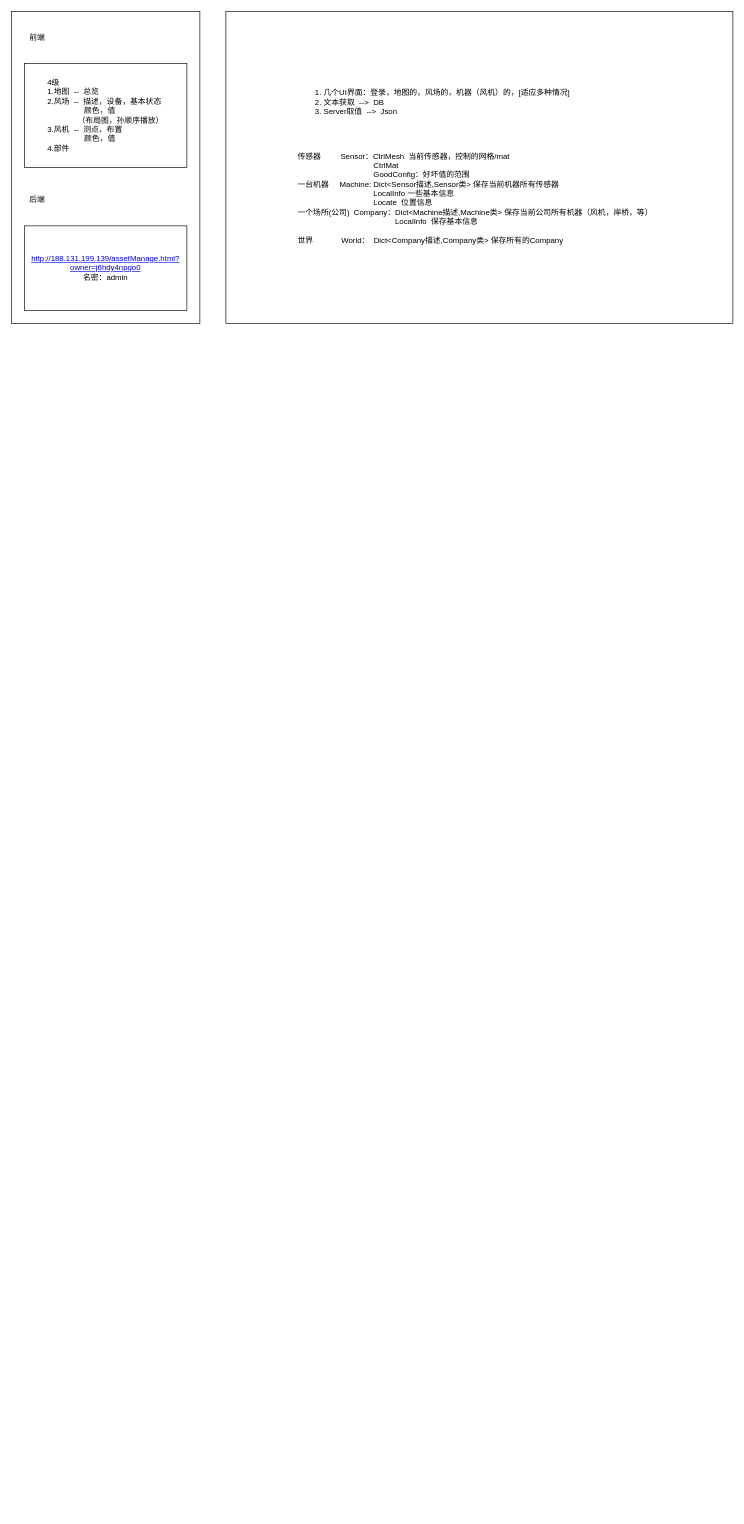
Above: 风电传感器.drawio in 15140252710/OneGithubProject (draw.io), before the change. Source tidied: cells renumbered, new cells numbered last; positions are measured from the earlier drawing's top-left corner, leaving out a move shared by most shapes. Both pictures are drawn from the tidied source at 65%, with x=0, y=0 at pixel (11, 11).
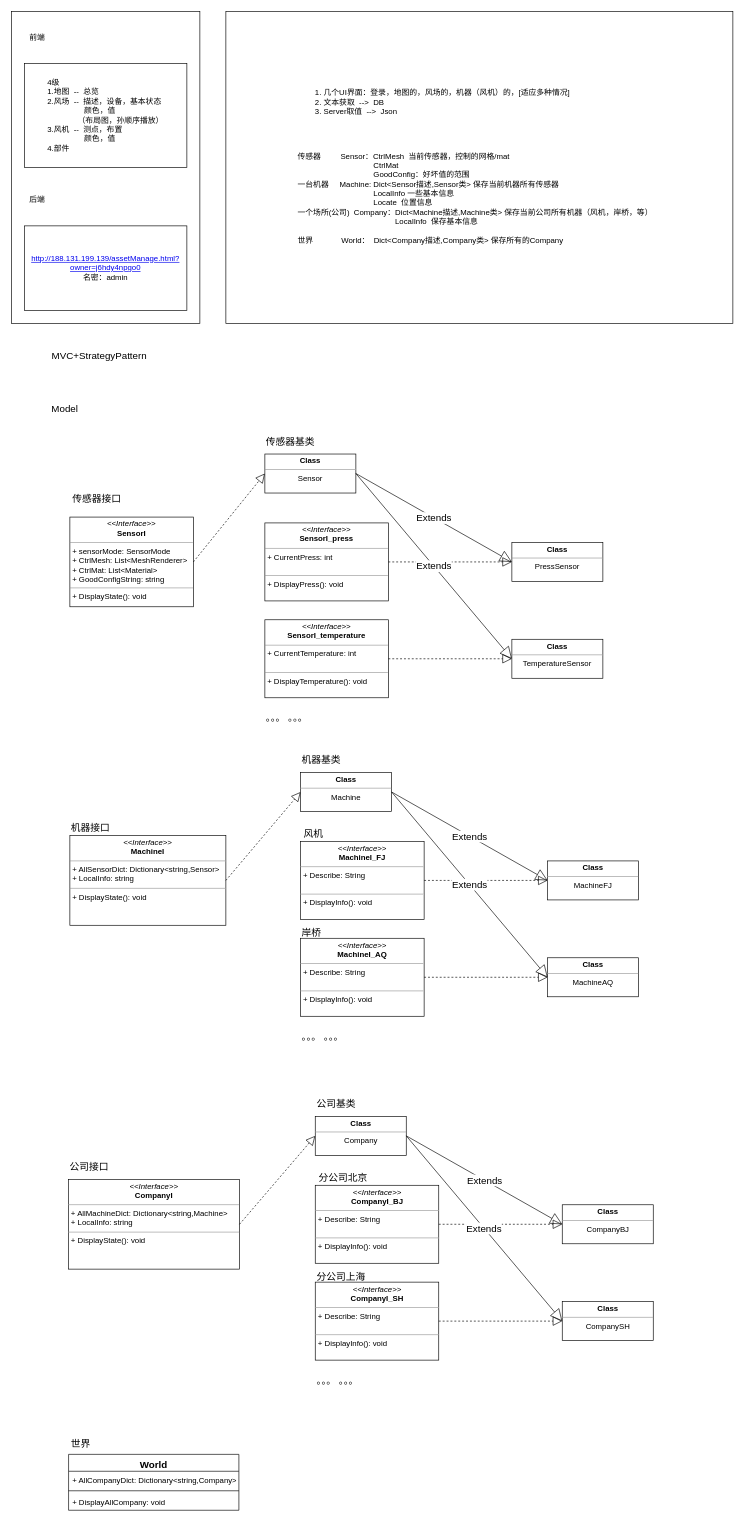
The same diagram, later.

Commit message:
更新风电传感器.drawio

Diff of the diagram source:
```diff
@@
+    <mxCell id="8" value="MVC+StrategyPattern" style="text;html=1;strokeColor=none;fillColor=none;align=center;verticalAlign=middle;whiteSpace=wrap;rounded=0;fontSize=15;" parent="1" vertex="1">
+      <mxGeometry x="60" y="516" width="151" height="28" as="geometry" />
+    </mxCell>
+    <mxCell id="9" value="Model" style="text;html=1;align=left;verticalAlign=top;spacingTop=-4;fontSize=15;" parent="1" vertex="1">
+      <mxGeometry x="60" y="600" width="60" height="20" as="geometry" />
+    </mxCell>
+    <mxCell id="10" value="&lt;p style=&quot;margin: 0px ; margin-top: 4px ; text-align: center&quot;&gt;&lt;i&gt;&amp;lt;&amp;lt;Interface&amp;gt;&amp;gt;&lt;/i&gt;&lt;br&gt;&lt;b&gt;SensorI&lt;/b&gt;&lt;/p&gt;&lt;hr size=&quot;1&quot;&gt;&lt;p style=&quot;margin: 0px ; margin-left: 4px&quot;&gt;+ sensorMode: SensorMode&lt;br&gt;+ CtrlMesh: List&amp;lt;MeshRenderer&amp;gt;&lt;/p&gt;&lt;p style=&quot;margin: 0px ; margin-left: 4px&quot;&gt;+ CtrlMat:&amp;nbsp;List&amp;lt;Material&amp;gt;&lt;/p&gt;&lt;p style=&quot;margin: 0px ; margin-left: 4px&quot;&gt;+&amp;nbsp;GoodConfigString: string&lt;/p&gt;&lt;hr size=&quot;1&quot;&gt;&lt;p style=&quot;margin: 0px ; margin-left: 4px&quot;&gt;+ DisplayState(): void&lt;br&gt;&lt;br&gt;&lt;/p&gt;" style="verticalAlign=top;align=left;overflow=fill;fontSize=12;fontFamily=Helvetica;html=1;" parent="1" vertex="1">
+      <mxGeometry x="90" y="778" width="190" height="138" as="geometry" />
+    </mxCell>
+    <mxCell id="11" value="&lt;p style=&quot;margin: 0px ; margin-top: 4px ; text-align: center&quot;&gt;&lt;i&gt;&amp;lt;&amp;lt;Interface&amp;gt;&amp;gt;&lt;/i&gt;&lt;br&gt;&lt;b&gt;SensorI_press&lt;/b&gt;&lt;/p&gt;&lt;hr size=&quot;1&quot;&gt;&lt;p style=&quot;margin: 0px ; margin-left: 4px&quot;&gt;+ CurrentPress: int&lt;br&gt;&lt;br&gt;&lt;/p&gt;&lt;hr size=&quot;1&quot;&gt;&lt;p style=&quot;margin: 0px ; margin-left: 4px&quot;&gt;+ DisplayPress(): void&lt;br&gt;&lt;br&gt;&lt;/p&gt;" style="verticalAlign=top;align=left;overflow=fill;fontSize=12;fontFamily=Helvetica;html=1;" parent="1" vertex="1">
+      <mxGeometry x="390" y="787" width="190" height="120" as="geometry" />
+    </mxCell>
+    <mxCell id="12" value="&lt;p style=&quot;margin: 0px ; margin-top: 4px ; text-align: center&quot;&gt;&lt;i&gt;&amp;lt;&amp;lt;Interface&amp;gt;&amp;gt;&lt;/i&gt;&lt;br&gt;&lt;b&gt;SensorI_temperature&lt;/b&gt;&lt;br&gt;&lt;/p&gt;&lt;hr size=&quot;1&quot;&gt;&lt;p style=&quot;margin: 0px ; margin-left: 4px&quot;&gt;+ CurrentTemperature: int&lt;br&gt;&lt;br&gt;&lt;/p&gt;&lt;hr size=&quot;1&quot;&gt;&lt;p style=&quot;margin: 0px ; margin-left: 4px&quot;&gt;+ DisplayTemperature(): void&lt;br&gt;&lt;br&gt;&lt;/p&gt;" style="verticalAlign=top;align=left;overflow=fill;fontSize=12;fontFamily=Helvetica;html=1;" parent="1" vertex="1">
+      <mxGeometry x="390" y="936" width="190" height="120" as="geometry" />
+    </mxCell>
+    <mxCell id="13" value="&lt;div style=&quot;text-align: right&quot;&gt;&lt;span&gt;。。。 。。。&lt;/span&gt;&lt;br&gt;&lt;/div&gt;" style="text;html=1;align=left;verticalAlign=top;spacingTop=-4;fontSize=15;" parent="1" vertex="1">
+      <mxGeometry x="390" y="1076" width="110" height="20" as="geometry" />
+    </mxCell>
+    <mxCell id="14" value="&lt;p style=&quot;margin: 0px ; margin-top: 4px ; text-align: center&quot;&gt;&lt;b&gt;Class&lt;/b&gt;&lt;/p&gt;&lt;hr size=&quot;1&quot;&gt;&lt;div style=&quot;text-align: center ; height: 2px&quot;&gt;PressSensor&lt;/div&gt;" style="verticalAlign=top;align=left;overflow=fill;fontSize=12;fontFamily=Helvetica;html=1;" parent="1" vertex="1">
+      <mxGeometry x="770" y="817" width="140" height="60" as="geometry" />
+    </mxCell>
+    <mxCell id="15" style="endArrow=block;dashed=1;endFill=0;endSize=12;html=1;fontSize=15;exitX=1;exitY=0.5;exitDx=0;exitDy=0;entryX=0;entryY=0.5;entryDx=0;entryDy=0;" parent="1" edge="1" source="11" target="14">
+      <mxGeometry relative="1" as="geometry" />
+    </mxCell>
+    <mxCell id="16" value="&lt;p style=&quot;margin: 0px ; margin-top: 4px ; text-align: center&quot;&gt;&lt;b&gt;Class&lt;/b&gt;&lt;/p&gt;&lt;hr size=&quot;1&quot;&gt;&lt;div style=&quot;text-align: center ; height: 2px&quot;&gt;Sensor&lt;/div&gt;" style="verticalAlign=top;align=left;overflow=fill;fontSize=12;fontFamily=Helvetica;html=1;" parent="1" vertex="1">
+      <mxGeometry x="390" y="681" width="140" height="60" as="geometry" />
+    </mxCell>
+    <mxCell id="17" style="endArrow=block;dashed=1;endFill=0;endSize=12;html=1;fontSize=15;exitX=1;exitY=0.5;exitDx=0;exitDy=0;entryX=0;entryY=0.5;entryDx=0;entryDy=0;" parent="1" edge="1" source="10" target="16">
+      <mxGeometry relative="1" as="geometry" />
+    </mxCell>
+    <mxCell id="18" value="传感器基类" style="text;html=1;align=left;verticalAlign=top;spacingTop=-4;fontSize=15;" parent="1" vertex="1">
+      <mxGeometry x="390" y="650" width="90" height="20" as="geometry" />
+    </mxCell>
+    <mxCell id="19" value="Extends" style="endArrow=block;endSize=16;endFill=0;html=1;fontSize=15;exitX=1;exitY=0.5;exitDx=0;exitDy=0;entryX=0;entryY=0.5;entryDx=0;entryDy=0;" parent="1" edge="1" source="16" target="14">
+      <mxGeometry relative="1" as="geometry" />
+    </mxCell>
+    <mxCell id="20" value="&lt;p style=&quot;margin: 0px ; margin-top: 4px ; text-align: center&quot;&gt;&lt;b&gt;Class&lt;/b&gt;&lt;/p&gt;&lt;hr size=&quot;1&quot;&gt;&lt;div style=&quot;text-align: center ; height: 2px&quot;&gt;TemperatureSensor&lt;/div&gt;" style="verticalAlign=top;align=left;overflow=fill;fontSize=12;fontFamily=Helvetica;html=1;" parent="1" vertex="1">
+      <mxGeometry x="770" y="966" width="140" height="60" as="geometry" />
+    </mxCell>
+    <mxCell id="21" value="Extends" style="endArrow=block;endSize=16;endFill=0;html=1;fontSize=15;exitX=1;exitY=0.5;exitDx=0;exitDy=0;entryX=0;entryY=0.5;entryDx=0;entryDy=0;" parent="1" edge="1" source="16" target="20">
+      <mxGeometry relative="1" as="geometry" />
+    </mxCell>
+    <mxCell id="22" style="endArrow=block;dashed=1;endFill=0;endSize=12;html=1;fontSize=15;exitX=1;exitY=0.5;exitDx=0;exitDy=0;entryX=0;entryY=0.5;entryDx=0;entryDy=0;" parent="1" edge="1" source="12" target="20">
+      <mxGeometry relative="1" as="geometry" />
+    </mxCell>
+    <mxCell id="23" value="&lt;p style=&quot;margin: 0px ; margin-top: 4px ; text-align: center&quot;&gt;&lt;i&gt;&amp;lt;&amp;lt;Interface&amp;gt;&amp;gt;&lt;/i&gt;&lt;br&gt;&lt;b&gt;MachineI&lt;/b&gt;&lt;/p&gt;&lt;hr size=&quot;1&quot;&gt;&lt;p style=&quot;margin: 0px ; margin-left: 4px&quot;&gt;&lt;span&gt;+ AllSensorDict:&amp;nbsp;Dictionary&amp;lt;string,Sensor&amp;gt;&lt;/span&gt;&lt;br&gt;&lt;/p&gt;&lt;p style=&quot;margin: 0px ; margin-left: 4px&quot;&gt;+&amp;nbsp;LocalInfo: string&lt;/p&gt;&lt;hr size=&quot;1&quot;&gt;&lt;p style=&quot;margin: 0px ; margin-left: 4px&quot;&gt;+ DisplayState(): void&lt;br&gt;&lt;br&gt;&lt;/p&gt;" style="verticalAlign=top;align=left;overflow=fill;fontSize=12;fontFamily=Helvetica;html=1;" parent="1" vertex="1">
+      <mxGeometry x="90" y="1268" width="240" height="138" as="geometry" />
+    </mxCell>
+    <mxCell id="24" value="&lt;p style=&quot;margin: 0px ; margin-top: 4px ; text-align: center&quot;&gt;&lt;i&gt;&amp;lt;&amp;lt;Interface&amp;gt;&amp;gt;&lt;/i&gt;&lt;br&gt;&lt;b&gt;MachineI_FJ&lt;/b&gt;&lt;/p&gt;&lt;hr size=&quot;1&quot;&gt;&lt;p style=&quot;margin: 0px ; margin-left: 4px&quot;&gt;+ Describe: String&lt;br&gt;&lt;br&gt;&lt;/p&gt;&lt;hr size=&quot;1&quot;&gt;&lt;p style=&quot;margin: 0px ; margin-left: 4px&quot;&gt;+ DisplayInfo(): void&lt;br&gt;&lt;br&gt;&lt;/p&gt;" style="verticalAlign=top;align=left;overflow=fill;fontSize=12;fontFamily=Helvetica;html=1;" parent="1" vertex="1">
+      <mxGeometry x="445" y="1277" width="190" height="120" as="geometry" />
+    </mxCell>
+    <mxCell id="25" value="&lt;p style=&quot;margin: 0px ; margin-top: 4px ; text-align: center&quot;&gt;&lt;i&gt;&amp;lt;&amp;lt;Interface&amp;gt;&amp;gt;&lt;/i&gt;&lt;br&gt;&lt;b&gt;MachineI_AQ&lt;/b&gt;&lt;br&gt;&lt;/p&gt;&lt;hr size=&quot;1&quot;&gt;&lt;p style=&quot;margin: 0px ; margin-left: 4px&quot;&gt;+ Describe: String&lt;br&gt;&lt;br&gt;&lt;/p&gt;&lt;hr size=&quot;1&quot;&gt;&lt;p style=&quot;margin: 0px ; margin-left: 4px&quot;&gt;+ DisplayInfo(): void&lt;br&gt;&lt;br&gt;&lt;/p&gt;" style="verticalAlign=top;align=left;overflow=fill;fontSize=12;fontFamily=Helvetica;html=1;" parent="1" vertex="1">
+      <mxGeometry x="445" y="1426" width="190" height="120" as="geometry" />
+    </mxCell>
+    <mxCell id="26" value="&lt;div style=&quot;text-align: right&quot;&gt;&lt;span&gt;。。。 。。。&lt;/span&gt;&lt;br&gt;&lt;/div&gt;" style="text;html=1;align=left;verticalAlign=top;spacingTop=-4;fontSize=15;" parent="1" vertex="1">
+      <mxGeometry x="445" y="1566" width="110" height="20" as="geometry" />
+    </mxCell>
+    <mxCell id="27" value="&lt;p style=&quot;margin: 0px ; margin-top: 4px ; text-align: center&quot;&gt;&lt;b&gt;Class&lt;/b&gt;&lt;/p&gt;&lt;hr size=&quot;1&quot;&gt;&lt;div style=&quot;text-align: center ; height: 2px&quot;&gt;MachineFJ&lt;/div&gt;" style="verticalAlign=top;align=left;overflow=fill;fontSize=12;fontFamily=Helvetica;html=1;" parent="1" vertex="1">
+      <mxGeometry x="825" y="1307" width="140" height="60" as="geometry" />
+    </mxCell>
+    <mxCell id="28" style="endArrow=block;dashed=1;endFill=0;endSize=12;html=1;fontSize=15;exitX=1;exitY=0.5;exitDx=0;exitDy=0;entryX=0;entryY=0.5;entryDx=0;entryDy=0;" parent="1" edge="1" source="24" target="27">
+      <mxGeometry relative="1" as="geometry" />
+    </mxCell>
+    <mxCell id="29" value="&lt;p style=&quot;margin: 0px ; margin-top: 4px ; text-align: center&quot;&gt;&lt;b&gt;Class&lt;/b&gt;&lt;/p&gt;&lt;hr size=&quot;1&quot;&gt;&lt;div style=&quot;text-align: center ; height: 2px&quot;&gt;Machine&lt;/div&gt;" style="verticalAlign=top;align=left;overflow=fill;fontSize=12;fontFamily=Helvetica;html=1;" parent="1" vertex="1">
+      <mxGeometry x="445" y="1171" width="140" height="60" as="geometry" />
+    </mxCell>
+    <mxCell id="30" style="endArrow=block;dashed=1;endFill=0;endSize=12;html=1;fontSize=15;exitX=1;exitY=0.5;exitDx=0;exitDy=0;entryX=0;entryY=0.5;entryDx=0;entryDy=0;" parent="1" edge="1" source="23" target="29">
+      <mxGeometry relative="1" as="geometry" />
+    </mxCell>
+    <mxCell id="31" value="机器基类" style="text;html=1;align=left;verticalAlign=top;spacingTop=-4;fontSize=15;" parent="1" vertex="1">
+      <mxGeometry x="445" y="1140" width="80" height="20" as="geometry" />
+    </mxCell>
+    <mxCell id="32" value="Extends" style="endArrow=block;endSize=16;endFill=0;html=1;fontSize=15;exitX=1;exitY=0.5;exitDx=0;exitDy=0;entryX=0;entryY=0.5;entryDx=0;entryDy=0;" parent="1" edge="1" source="29" target="27">
+      <mxGeometry relative="1" as="geometry" />
+    </mxCell>
+    <mxCell id="33" value="&lt;p style=&quot;margin: 0px ; margin-top: 4px ; text-align: center&quot;&gt;&lt;b&gt;Class&lt;/b&gt;&lt;/p&gt;&lt;hr size=&quot;1&quot;&gt;&lt;div style=&quot;text-align: center ; height: 2px&quot;&gt;MachineAQ&lt;/div&gt;" style="verticalAlign=top;align=left;overflow=fill;fontSize=12;fontFamily=Helvetica;html=1;" parent="1" vertex="1">
+      <mxGeometry x="825" y="1456" width="140" height="60" as="geometry" />
+    </mxCell>
+    <mxCell id="34" value="Extends" style="endArrow=block;endSize=16;endFill=0;html=1;fontSize=15;exitX=1;exitY=0.5;exitDx=0;exitDy=0;entryX=0;entryY=0.5;entryDx=0;entryDy=0;" parent="1" edge="1" source="29" target="33">
+      <mxGeometry relative="1" as="geometry" />
+    </mxCell>
+    <mxCell id="35" style="endArrow=block;dashed=1;endFill=0;endSize=12;html=1;fontSize=15;exitX=1;exitY=0.5;exitDx=0;exitDy=0;entryX=0;entryY=0.5;entryDx=0;entryDy=0;" parent="1" edge="1" source="25" target="33">
+      <mxGeometry relative="1" as="geometry" />
+    </mxCell>
+    <mxCell id="36" value="风机" style="text;html=1;align=left;verticalAlign=top;spacingTop=-4;fontSize=15;" parent="1" vertex="1">
+      <mxGeometry x="448" y="1254" width="50" height="20" as="geometry" />
+    </mxCell>
+    <mxCell id="37" value="岸桥" style="text;html=1;align=left;verticalAlign=top;spacingTop=-4;fontSize=15;" parent="1" vertex="1">
+      <mxGeometry x="445" y="1406" width="50" height="20" as="geometry" />
+    </mxCell>
+    <mxCell id="38" value="&lt;p style=&quot;margin: 0px ; margin-top: 4px ; text-align: center&quot;&gt;&lt;i&gt;&amp;lt;&amp;lt;Interface&amp;gt;&amp;gt;&lt;/i&gt;&lt;br&gt;&lt;b&gt;CompanyI&lt;/b&gt;&lt;/p&gt;&lt;hr size=&quot;1&quot;&gt;&lt;p style=&quot;margin: 0px ; margin-left: 4px&quot;&gt;&lt;span&gt;+ AllMachineDict:&amp;nbsp;Dictionary&amp;lt;string,Machine&amp;gt;&lt;/span&gt;&lt;br&gt;&lt;/p&gt;&lt;p style=&quot;margin: 0px ; margin-left: 4px&quot;&gt;+&amp;nbsp;LocalInfo: string&lt;/p&gt;&lt;hr size=&quot;1&quot;&gt;&lt;p style=&quot;margin: 0px ; margin-left: 4px&quot;&gt;+ DisplayState(): void&lt;br&gt;&lt;br&gt;&lt;/p&gt;" style="verticalAlign=top;align=left;overflow=fill;fontSize=12;fontFamily=Helvetica;html=1;" parent="1" vertex="1">
+      <mxGeometry x="88" y="1797" width="263" height="138" as="geometry" />
+    </mxCell>
+    <mxCell id="39" value="&lt;p style=&quot;margin: 0px ; margin-top: 4px ; text-align: center&quot;&gt;&lt;i&gt;&amp;lt;&amp;lt;Interface&amp;gt;&amp;gt;&lt;/i&gt;&lt;br&gt;&lt;b&gt;CompanyI_BJ&lt;/b&gt;&lt;/p&gt;&lt;hr size=&quot;1&quot;&gt;&lt;p style=&quot;margin: 0px ; margin-left: 4px&quot;&gt;+ Describe: String&lt;br&gt;&lt;br&gt;&lt;/p&gt;&lt;hr size=&quot;1&quot;&gt;&lt;p style=&quot;margin: 0px ; margin-left: 4px&quot;&gt;+ DisplayInfo(): void&lt;br&gt;&lt;br&gt;&lt;/p&gt;" style="verticalAlign=top;align=left;overflow=fill;fontSize=12;fontFamily=Helvetica;html=1;" parent="1" vertex="1">
+      <mxGeometry x="467.5" y="1806" width="190" height="120" as="geometry" />
+    </mxCell>
+    <mxCell id="40" value="&lt;p style=&quot;margin: 0px ; margin-top: 4px ; text-align: center&quot;&gt;&lt;i&gt;&amp;lt;&amp;lt;Interface&amp;gt;&amp;gt;&lt;/i&gt;&lt;br&gt;&lt;b&gt;CompanyI_SH&lt;/b&gt;&lt;br&gt;&lt;/p&gt;&lt;hr size=&quot;1&quot;&gt;&lt;p style=&quot;margin: 0px ; margin-left: 4px&quot;&gt;+ Describe: String&lt;br&gt;&lt;br&gt;&lt;/p&gt;&lt;hr size=&quot;1&quot;&gt;&lt;p style=&quot;margin: 0px ; margin-left: 4px&quot;&gt;+ DisplayInfo(): void&lt;br&gt;&lt;br&gt;&lt;/p&gt;" style="verticalAlign=top;align=left;overflow=fill;fontSize=12;fontFamily=Helvetica;html=1;" parent="1" vertex="1">
+      <mxGeometry x="467.5" y="1955" width="190" height="120" as="geometry" />
+    </mxCell>
+    <mxCell id="41" value="&lt;div style=&quot;text-align: right&quot;&gt;&lt;span&gt;。。。 。。。&lt;/span&gt;&lt;br&gt;&lt;/div&gt;" style="text;html=1;align=left;verticalAlign=top;spacingTop=-4;fontSize=15;" parent="1" vertex="1">
+      <mxGeometry x="467.5" y="2095" width="110" height="20" as="geometry" />
+    </mxCell>
+    <mxCell id="42" value="&lt;p style=&quot;margin: 0px ; margin-top: 4px ; text-align: center&quot;&gt;&lt;b&gt;Class&lt;/b&gt;&lt;/p&gt;&lt;hr size=&quot;1&quot;&gt;&lt;div style=&quot;text-align: center ; height: 2px&quot;&gt;CompanyBJ&lt;/div&gt;" style="verticalAlign=top;align=left;overflow=fill;fontSize=12;fontFamily=Helvetica;html=1;" parent="1" vertex="1">
+      <mxGeometry x="847.5" y="1836" width="140" height="60" as="geometry" />
+    </mxCell>
+    <mxCell id="43" style="endArrow=block;dashed=1;endFill=0;endSize=12;html=1;fontSize=15;exitX=1;exitY=0.5;exitDx=0;exitDy=0;entryX=0;entryY=0.5;entryDx=0;entryDy=0;" parent="1" edge="1" source="39" target="42">
+      <mxGeometry relative="1" as="geometry" />
+    </mxCell>
+    <mxCell id="44" value="&lt;p style=&quot;margin: 0px ; margin-top: 4px ; text-align: center&quot;&gt;&lt;b&gt;Class&lt;/b&gt;&lt;/p&gt;&lt;hr size=&quot;1&quot;&gt;&lt;div style=&quot;text-align: center ; height: 2px&quot;&gt;Company&lt;/div&gt;" style="verticalAlign=top;align=left;overflow=fill;fontSize=12;fontFamily=Helvetica;html=1;" parent="1" vertex="1">
+      <mxGeometry x="467.5" y="1700" width="140" height="60" as="geometry" />
+    </mxCell>
+    <mxCell id="45" style="endArrow=block;dashed=1;endFill=0;endSize=12;html=1;fontSize=15;exitX=1;exitY=0.5;exitDx=0;exitDy=0;entryX=0;entryY=0.5;entryDx=0;entryDy=0;" parent="1" edge="1" source="38" target="44">
+      <mxGeometry relative="1" as="geometry" />
+    </mxCell>
+    <mxCell id="46" value="公司基类" style="text;html=1;align=left;verticalAlign=top;spacingTop=-4;fontSize=15;" parent="1" vertex="1">
+      <mxGeometry x="467.5" y="1669" width="80" height="20" as="geometry" />
+    </mxCell>
+    <mxCell id="47" value="Extends" style="endArrow=block;endSize=16;endFill=0;html=1;fontSize=15;exitX=1;exitY=0.5;exitDx=0;exitDy=0;entryX=0;entryY=0.5;entryDx=0;entryDy=0;" parent="1" edge="1" source="44" target="42">
+      <mxGeometry relative="1" as="geometry" />
+    </mxCell>
+    <mxCell id="48" value="&lt;p style=&quot;margin: 0px ; margin-top: 4px ; text-align: center&quot;&gt;&lt;b&gt;Class&lt;/b&gt;&lt;/p&gt;&lt;hr size=&quot;1&quot;&gt;&lt;div style=&quot;text-align: center ; height: 2px&quot;&gt;CompanySH&lt;/div&gt;" style="verticalAlign=top;align=left;overflow=fill;fontSize=12;fontFamily=Helvetica;html=1;" parent="1" vertex="1">
+      <mxGeometry x="847.5" y="1985" width="140" height="60" as="geometry" />
+    </mxCell>
+    <mxCell id="49" value="Extends" style="endArrow=block;endSize=16;endFill=0;html=1;fontSize=15;exitX=1;exitY=0.5;exitDx=0;exitDy=0;entryX=0;entryY=0.5;entryDx=0;entryDy=0;" parent="1" edge="1" source="44" target="48">
+      <mxGeometry relative="1" as="geometry" />
+    </mxCell>
+    <mxCell id="50" style="endArrow=block;dashed=1;endFill=0;endSize=12;html=1;fontSize=15;exitX=1;exitY=0.5;exitDx=0;exitDy=0;entryX=0;entryY=0.5;entryDx=0;entryDy=0;" parent="1" edge="1" source="40" target="48">
+      <mxGeometry relative="1" as="geometry" />
+    </mxCell>
+    <mxCell id="51" value="分公司北京" style="text;html=1;align=left;verticalAlign=top;spacingTop=-4;fontSize=15;" parent="1" vertex="1">
+      <mxGeometry x="470.5" y="1783" width="90" height="20" as="geometry" />
+    </mxCell>
+    <mxCell id="52" value="分公司上海" style="text;html=1;align=left;verticalAlign=top;spacingTop=-4;fontSize=15;" parent="1" vertex="1">
+      <mxGeometry x="467.5" y="1935" width="90" height="20" as="geometry" />
+    </mxCell>
+    <mxCell id="53" value="World" style="swimlane;fontStyle=1;align=center;verticalAlign=top;horizontal=1;startSize=26;fontSize=15;" parent="1" vertex="1">
+      <mxGeometry x="88" y="2220" width="262" height="86" as="geometry" />
+    </mxCell>
+    <mxCell id="54" value="+ AllCompanyDict: Dictionary&lt;string,Company&gt;" style="text;strokeColor=none;fillColor=none;align=left;verticalAlign=top;spacingLeft=4;spacingRight=4;overflow=hidden;" parent="53" vertex="1">
+      <mxGeometry y="26" width="262" height="26" as="geometry" />
+    </mxCell>
+    <mxCell id="55" style="line;strokeWidth=1;fillColor=none;align=left;verticalAlign=middle;spacingTop=-1;spacingLeft=3;spacingRight=3;labelPosition=right;" parent="53" vertex="1">
+      <mxGeometry y="52" width="262" height="8" as="geometry" />
+    </mxCell>
+    <mxCell id="56" value="+ DisplayAllCompany: void" style="text;strokeColor=none;fillColor=none;align=left;verticalAlign=top;spacingLeft=4;spacingRight=4;overflow=hidden;" parent="53" vertex="1">
+      <mxGeometry y="60" width="262" height="26" as="geometry" />
+    </mxCell>
+    <mxCell id="57" value="传感器接口" style="text;html=1;align=left;verticalAlign=top;spacingTop=-4;fontSize=15;" parent="1" vertex="1">
+      <mxGeometry x="92" y="738" width="90" height="20" as="geometry" />
+    </mxCell>
+    <mxCell id="58" value="机器接口" style="text;html=1;align=left;verticalAlign=top;spacingTop=-4;fontSize=15;" parent="1" vertex="1">
+      <mxGeometry x="90" y="1244" width="80" height="20" as="geometry" />
+    </mxCell>
+    <mxCell id="59" value="公司接口" style="text;html=1;align=left;verticalAlign=top;spacingTop=-4;fontSize=15;" parent="1" vertex="1">
+      <mxGeometry x="88" y="1766" width="80" height="20" as="geometry" />
+    </mxCell>
+    <mxCell id="60" value="世界" style="text;html=1;align=left;verticalAlign=top;spacingTop=-4;fontSize=15;" parent="1" vertex="1">
+      <mxGeometry x="90" y="2192" width="50" height="20" as="geometry" />
+    </mxCell>
```
